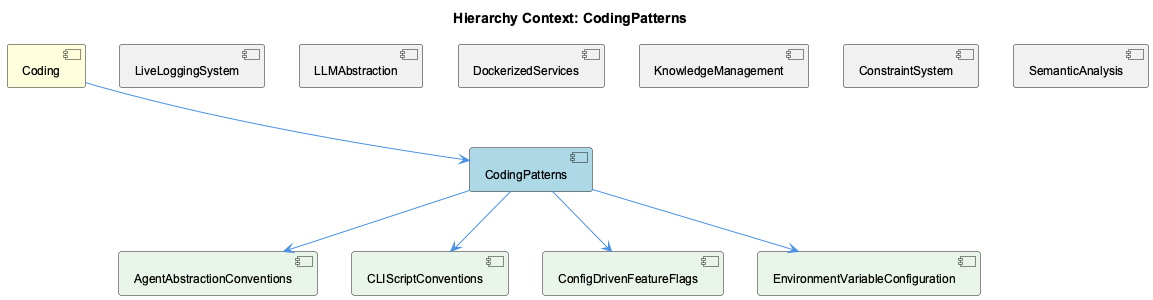
fwornle/coding keeps this PlantUML diagram as knowledge-management/insights/images/coding-patterns-relationship.png. Above is the earlier version.
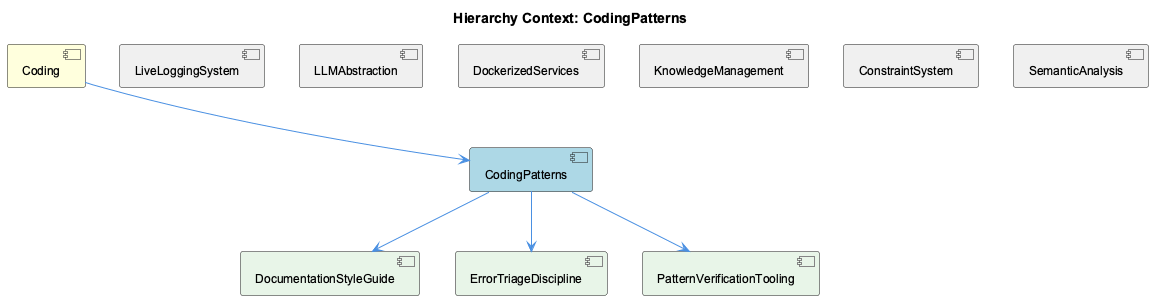
The same file after the commit.

The edit, as a diff of the source:
```diff
@@ -11,10 +11,9 @@
 [KnowledgeManagement] as knowledge_management #F0F0F0
 [ConstraintSystem] as constraint_system #F0F0F0
 [SemanticAnalysis] as semantic_analysis #F0F0F0
-[AgentAbstractionConventions] as agent_abstraction_conventions #E8F5E8
-[CLIScriptConventions] as cliscript_conventions #E8F5E8
-[ConfigDrivenFeatureFlags] as config_driven_feature_flags #E8F5E8
-[EnvironmentVariableConfiguration] as environment_variable_configuration #E8F5E8
+[DocumentationStyleGuide] as documentation_style_guide #E8F5E8
+[ErrorTriageDiscipline] as error_triage_discipline #E8F5E8
+[PatternVerificationTooling] as pattern_verification_tooling #E8F5E8
 
 coding --> coding_patterns
 live_logging_system -[hidden]- coding_patterns
@@ -23,9 +22,8 @@
 knowledge_management -[hidden]- coding_patterns
 constraint_system -[hidden]- coding_patterns
 semantic_analysis -[hidden]- coding_patterns
-coding_patterns --> agent_abstraction_conventions
-coding_patterns --> cliscript_conventions
-coding_patterns --> config_driven_feature_flags
-coding_patterns --> environment_variable_configuration
+coding_patterns --> documentation_style_guide
+coding_patterns --> error_triage_discipline
+coding_patterns --> pattern_verification_tooling
 
 @enduml
```
